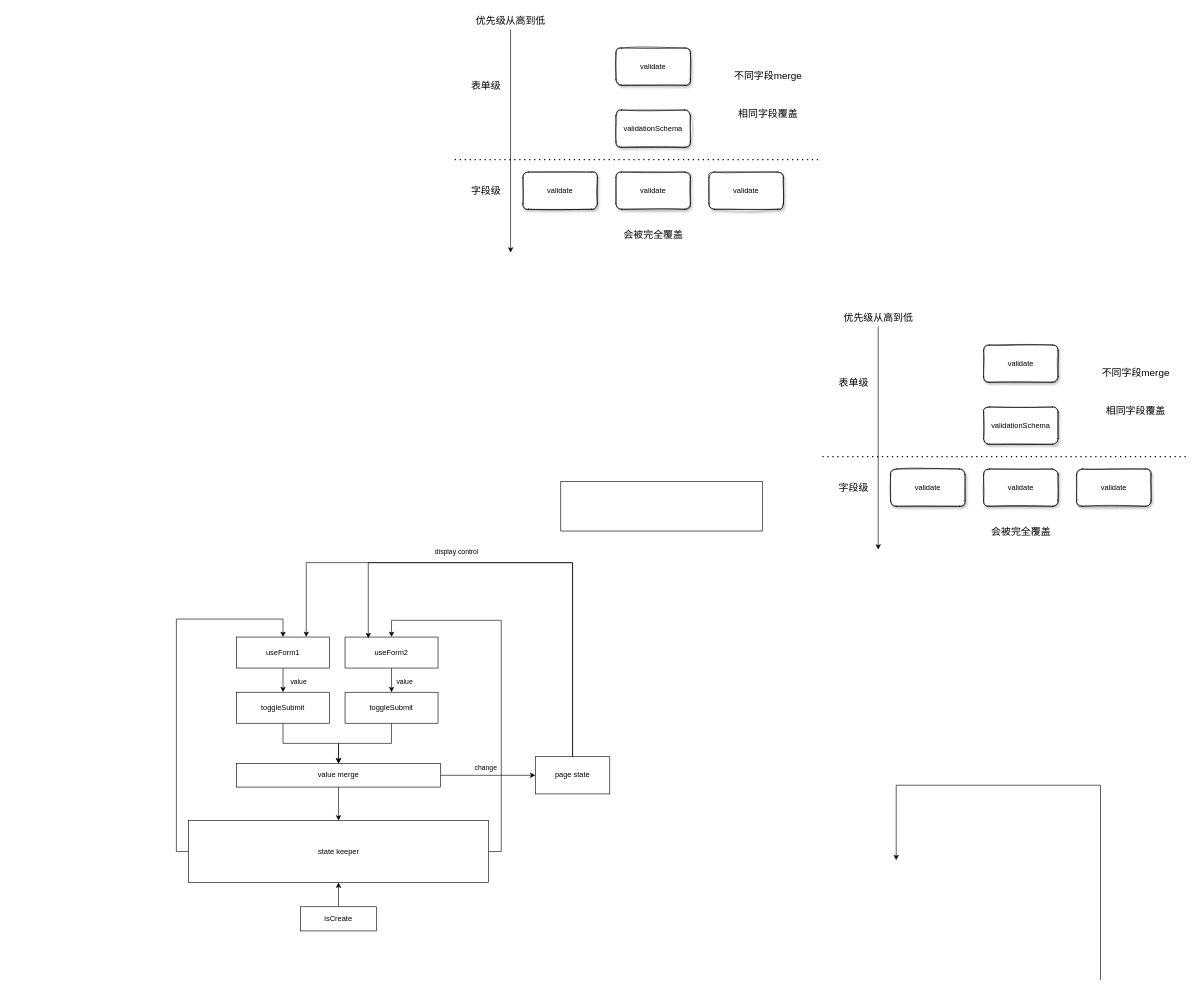
This is 未命名绘图.drawio from heggria/blog, a draw.io file, before an edit. Source tidied: cells renumbered, new cells numbered last; positions are measured from the earlier drawing's top-left corner, leaving out a move shared by most shapes. Both pictures are drawn from the tidied source at 62%, with x=0, y=0 at pixel (176, 11).
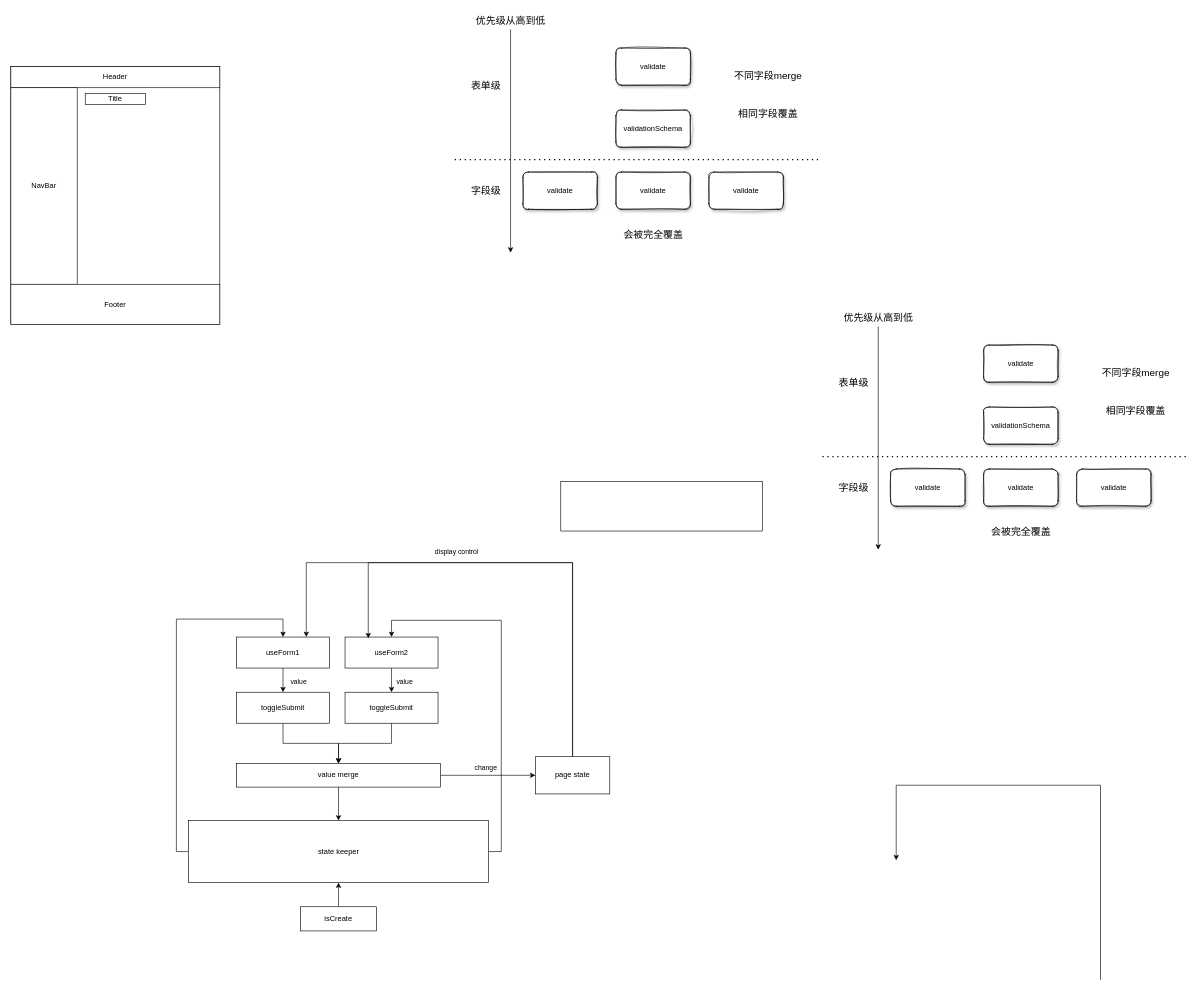
The same page after the edit.

Commit message:
更新未命名绘图.drawio

Diff of the diagram source:
```diff
@@
+    <mxCell id="52" style="rounded=0;whiteSpace=wrap;html=1;" parent="1" vertex="1">
+      <mxGeometry x="-267" y="90" width="337" height="416" as="geometry" />
+    </mxCell>
+    <mxCell id="53" value="Header" style="rounded=0;whiteSpace=wrap;html=1;" parent="1" vertex="1">
+      <mxGeometry x="-267" y="90" width="337" height="34" as="geometry" />
+    </mxCell>
+    <mxCell id="54" value="NavBar" style="rounded=0;whiteSpace=wrap;html=1;" parent="1" vertex="1">
+      <mxGeometry x="-267" y="124" width="107" height="317" as="geometry" />
+    </mxCell>
+    <mxCell id="55" value="Footer" style="rounded=0;whiteSpace=wrap;html=1;" parent="1" vertex="1">
+      <mxGeometry x="-267" y="441" width="337" height="65" as="geometry" />
+    </mxCell>
+    <mxCell id="56" value="Title" style="rounded=0;whiteSpace=wrap;html=1;" parent="1" vertex="1">
+      <mxGeometry x="-147" y="133" width="97" height="18" as="geometry" />
+    </mxCell>
```
